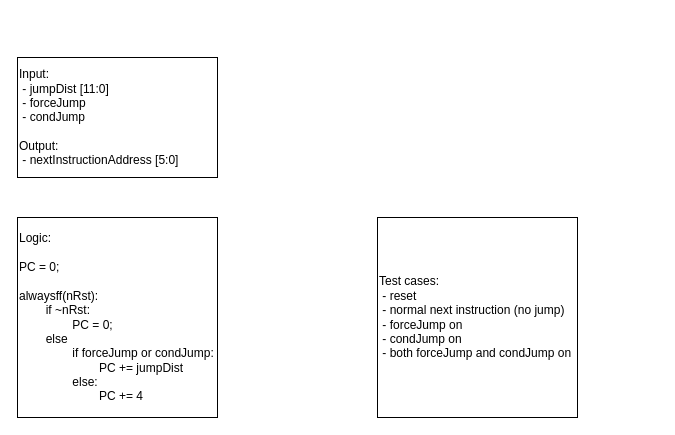
limichael246/STARS_2024 keeps this draw.io diagram as PC_rtl.drawio. Above is the earlier version. Source tidied: cells renumbered, new cells numbered last; positions are measured from the earlier drawing's top-left corner, leaving out a move shared by most shapes. Both pictures are drawn from the tidied source at 100%, with x=0, y=0 at pixel (17, 57).
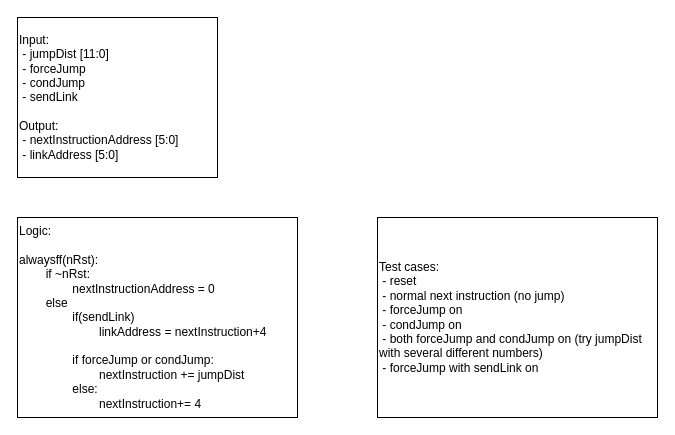
After the change.

Diff of the diagram source:
```diff
@@
 <mxGraphModel>
   <root>
     <mxCell id="0" />
     <mxCell id="1" parent="0" />
-    <mxCell id="2" value="Input:&lt;div&gt;&amp;nbsp;- jumpDist [11:0]&lt;/div&gt;&lt;div&gt;&amp;nbsp;- forceJump&lt;/div&gt;&lt;div&gt;&amp;nbsp;- condJump&lt;/div&gt;&lt;div&gt;&lt;br&gt;&lt;/div&gt;&lt;div&gt;Output:&lt;/div&gt;&lt;div&gt;&amp;nbsp;- nextInstructionAddress [5:0]&lt;/div&gt;" style="rounded=0;whiteSpace=wrap;html=1;align=left;" parent="1" vertex="1">
-      <mxGeometry width="200" height="120" as="geometry" />
+    <mxCell id="2" value="Input:&lt;div&gt;&amp;nbsp;- jumpDist [11:0]&lt;/div&gt;&lt;div&gt;&amp;nbsp;- forceJump&lt;/div&gt;&lt;div&gt;&amp;nbsp;- condJump&lt;/div&gt;&lt;div&gt;&amp;nbsp;- sendLink&lt;/div&gt;&lt;div&gt;&lt;br&gt;&lt;/div&gt;&lt;div&gt;Output:&lt;/div&gt;&lt;div&gt;&amp;nbsp;- nextInstructionAddress [5:0]&lt;/div&gt;&lt;div&gt;&amp;nbsp;- linkAddress [5:0]&lt;/div&gt;" style="rounded=0;whiteSpace=wrap;html=1;align=left;" parent="1" vertex="1">
+      <mxGeometry y="-40" width="200" height="160" as="geometry" />
     </mxCell>
-    <mxCell id="3" value="Logic:&lt;div&gt;&lt;br&gt;&lt;/div&gt;&lt;div&gt;PC = 0;&lt;/div&gt;&lt;div&gt;&lt;br&gt;&lt;/div&gt;&lt;div&gt;alwaysff(nRst):&lt;/div&gt;&lt;div&gt;&lt;span style=&quot;white-space: pre;&quot;&gt;&#9;&lt;/span&gt;if ~nRst:&lt;br&gt;&lt;/div&gt;&lt;div&gt;&lt;span style=&quot;white-space: pre;&quot;&gt;&#9;&lt;/span&gt;&lt;span style=&quot;white-space: pre;&quot;&gt;&#9;&lt;/span&gt;PC = 0;&lt;br&gt;&lt;/div&gt;&lt;div&gt;&lt;span style=&quot;white-space: pre;&quot;&gt;&#9;&lt;/span&gt;else&lt;br&gt;&lt;/div&gt;&lt;div&gt;&lt;span style=&quot;white-space: pre;&quot;&gt;&#9;&lt;/span&gt;&lt;span style=&quot;white-space: pre;&quot;&gt;&#9;&lt;/span&gt;if forceJump or condJump:&lt;br&gt;&lt;/div&gt;&lt;div&gt;&lt;span style=&quot;white-space: pre;&quot;&gt;&#9;&lt;/span&gt;&lt;span style=&quot;white-space: pre;&quot;&gt;&#9;&lt;/span&gt;&lt;span style=&quot;white-space: pre;&quot;&gt;&#9;&lt;/span&gt;PC += jumpDist&lt;br&gt;&lt;/div&gt;&lt;div&gt;&lt;span style=&quot;white-space: pre;&quot;&gt;&#9;&lt;/span&gt;&lt;span style=&quot;white-space: pre;&quot;&gt;&#9;&lt;/span&gt;else:&lt;br&gt;&lt;/div&gt;&lt;div&gt;&lt;span style=&quot;white-space: pre;&quot;&gt;&#9;&lt;/span&gt;&lt;span style=&quot;white-space: pre;&quot;&gt;&#9;&lt;/span&gt;&lt;span style=&quot;white-space: pre;&quot;&gt;&#9;&lt;/span&gt;PC += 4&lt;br&gt;&lt;/div&gt;" style="rounded=0;whiteSpace=wrap;html=1;align=left;" parent="1" vertex="1">
-      <mxGeometry y="160" width="200" height="200" as="geometry" />
+    <mxCell id="3" value="Logic:&lt;div&gt;&lt;br&gt;&lt;/div&gt;&lt;div&gt;alwaysff(nRst):&lt;/div&gt;&lt;div&gt;&lt;span style=&quot;white-space: pre;&quot;&gt;&#9;&lt;/span&gt;if ~nRst:&lt;br&gt;&lt;/div&gt;&lt;div&gt;&lt;span style=&quot;white-space: pre;&quot;&gt;&#9;&lt;/span&gt;&lt;span style=&quot;white-space: pre;&quot;&gt;&#9;&lt;/span&gt;nextInstructionAddress&amp;nbsp;= 0&lt;br&gt;&lt;/div&gt;&lt;div&gt;&lt;span style=&quot;white-space: pre;&quot;&gt;&#9;&lt;/span&gt;else&lt;br&gt;&lt;/div&gt;&lt;div&gt;&lt;span style=&quot;white-space: pre;&quot;&gt;&#9;&lt;/span&gt;&lt;span style=&quot;white-space: pre;&quot;&gt;&#9;&lt;/span&gt;if(sendLink)&lt;br&gt;&lt;/div&gt;&lt;div&gt;&lt;span style=&quot;white-space: pre;&quot;&gt;&#9;&lt;/span&gt;&lt;span style=&quot;white-space: pre;&quot;&gt;&#9;&lt;/span&gt;&lt;span style=&quot;white-space: pre;&quot;&gt;&#9;&lt;/span&gt;linkAddress = nextInstruction+4&lt;br&gt;&lt;/div&gt;&lt;div&gt;&lt;span style=&quot;white-space: pre;&quot;&gt;&#9;&lt;/span&gt;&lt;span style=&quot;white-space: pre;&quot;&gt;&#9;&lt;/span&gt;&lt;br&gt;&lt;/div&gt;&lt;div&gt;&lt;span style=&quot;white-space: pre;&quot;&gt;&#9;&lt;/span&gt;&lt;span style=&quot;white-space: pre;&quot;&gt;&#9;&lt;/span&gt;if forceJump or condJump:&lt;br&gt;&lt;/div&gt;&lt;div&gt;&lt;span style=&quot;white-space: pre;&quot;&gt;&#9;&lt;/span&gt;&lt;span style=&quot;white-space: pre;&quot;&gt;&#9;&lt;/span&gt;&lt;span style=&quot;white-space: pre;&quot;&gt;&#9;&lt;/span&gt;nextInstruction&amp;nbsp;+= jumpDist&lt;br&gt;&lt;/div&gt;&lt;div&gt;&lt;span style=&quot;white-space: pre;&quot;&gt;&#9;&lt;/span&gt;&lt;span style=&quot;white-space: pre;&quot;&gt;&#9;&lt;/span&gt;else:&lt;br&gt;&lt;/div&gt;&lt;div&gt;&lt;span style=&quot;white-space: pre;&quot;&gt;&#9;&lt;/span&gt;&lt;span style=&quot;white-space: pre;&quot;&gt;&#9;&lt;/span&gt;&lt;span style=&quot;white-space: pre;&quot;&gt;&#9;&lt;/span&gt;nextInstruction+= 4&lt;br&gt;&lt;/div&gt;" style="rounded=0;whiteSpace=wrap;html=1;align=left;" parent="1" vertex="1">
+      <mxGeometry y="160" width="280" height="200" as="geometry" />
     </mxCell>
-    <mxCell id="4" value="Test cases:&lt;div&gt;&amp;nbsp;- reset&lt;/div&gt;&lt;div&gt;&amp;nbsp;- normal next instruction (no jump)&lt;/div&gt;&lt;div&gt;&amp;nbsp;- forceJump on&lt;/div&gt;&lt;div&gt;&amp;nbsp;- condJump on&lt;/div&gt;&lt;div&gt;&amp;nbsp;- both forceJump and condJump on&lt;/div&gt;" style="rounded=0;whiteSpace=wrap;html=1;align=left;" parent="1" vertex="1">
-      <mxGeometry x="360" y="160" width="200" height="200" as="geometry" />
+    <mxCell id="4" value="Test cases:&lt;div&gt;&amp;nbsp;- reset&lt;/div&gt;&lt;div&gt;&amp;nbsp;- normal next instruction (no jump)&lt;/div&gt;&lt;div&gt;&amp;nbsp;- forceJump on&lt;/div&gt;&lt;div&gt;&amp;nbsp;- condJump on&lt;/div&gt;&lt;div&gt;&amp;nbsp;- both forceJump and condJump on (try jumpDist with several different numbers)&lt;/div&gt;&lt;div&gt;&amp;nbsp;- forceJump with sendLink on&lt;/div&gt;" style="rounded=0;whiteSpace=wrap;html=1;align=left;" parent="1" vertex="1">
+      <mxGeometry x="360" y="160" width="280" height="200" as="geometry" />
     </mxCell>
   </root>
 </mxGraphModel>
```
